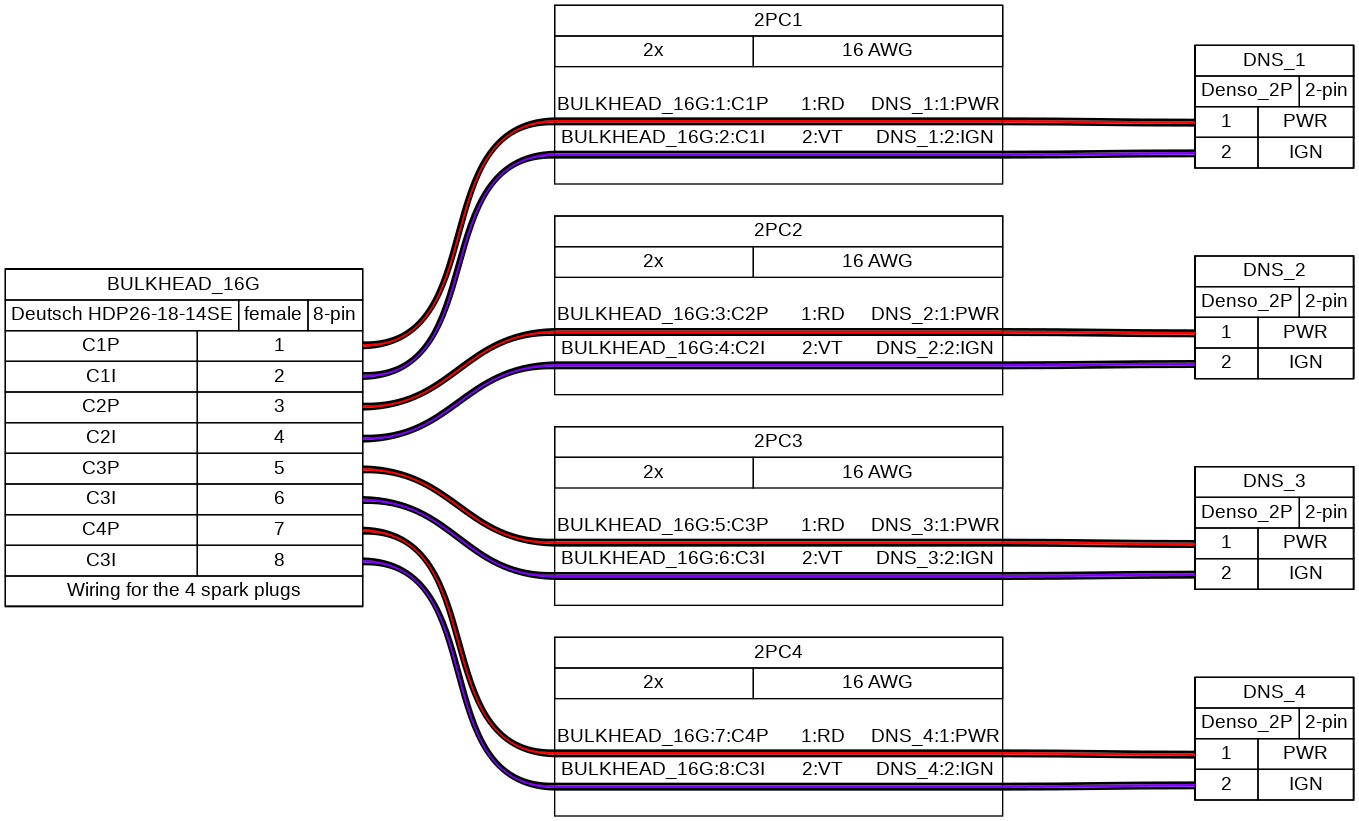
The Graphviz diagram wiring-env/Harness25/Back_Harness/BulkHeadB/BulkheadB_14p.png in BetterPetr/RM25_Harness, before a commit. Its source is kept beside it as wiring-env/Harness25/Back_Harness/BulkHeadB/BulkheadB_14p.gv. Its diagram source:
```dot
graph {
	graph [bgcolor="#FFFFFF" fontname=arial nodesep=0.33 rankdir=LR ranksep=2]
	node [fillcolor="#FFFFFF" fontname=arial height=0 margin=0 shape=none style=filled width=0]
	edge [fontname=arial style=bold]
	BULKHEAD_16G [label=<
<table border="0" cellspacing="0" cellpadding="0">
 <tr><td>
  <table border="0" cellspacing="0" cellpadding="3" cellborder="1"><tr>
   <td balign="left">BULKHEAD_16G</td>
  </tr></table>
 </td></tr>
 <tr><td>
  <table border="0" cellspacing="0" cellpadding="3" cellborder="1"><tr>
   <td balign="left">Deutsch HDP26-18-14SE</td>
   <td balign="left">female</td>
   <td balign="left">8-pin</td>
  </tr></table>
 </td></tr>
 <tr><td>
  <table border="0" cellspacing="0" cellpadding="3" cellborder="1">
   <tr>
    <td>C1P</td>
    <td port="p1r">1</td>
   </tr>
   <tr>
    <td>C1I</td>
    <td port="p2r">2</td>
   </tr>
   <tr>
    <td>C2P</td>
    <td port="p3r">3</td>
   </tr>
   <tr>
    <td>C2I</td>
    <td port="p4r">4</td>
   </tr>
   <tr>
    <td>C3P</td>
    <td port="p5r">5</td>
   </tr>
   <tr>
    <td>C3I</td>
    <td port="p6r">6</td>
   </tr>
   <tr>
    <td>C4P</td>
    <td port="p7r">7</td>
   </tr>
   <tr>
    <td>C3I</td>
    <td port="p8r">8</td>
   </tr>
  </table>
 </td></tr>
 <tr><td>
  <table border="0" cellspacing="0" cellpadding="3" cellborder="1"><tr>
   <td balign="left">Wiring for the 4 spark plugs</td>
  </tr></table>
 </td></tr>
</table>
> fillcolor="#FFFFFF" shape=box style=filled]
	DNS_1 [label=<
<table border="0" cellspacing="0" cellpadding="0">
 <tr><td>
  <table border="0" cellspacing="0" cellpadding="3" cellborder="1"><tr>
   <td balign="left">DNS_1</td>
  </tr></table>
 </td></tr>
 <tr><td>
  <table border="0" cellspacing="0" cellpadding="3" cellborder="1"><tr>
   <td balign="left">Denso_2P</td>
   <td balign="left">2-pin</td>
  </tr></table>
 </td></tr>
 <tr><td>
  <table border="0" cellspacing="0" cellpadding="3" cellborder="1">
   <tr>
    <td port="p1l">1</td>
    <td>PWR</td>
   </tr>
   <tr>
    <td port="p2l">2</td>
    <td>IGN</td>
   </tr>
  </table>
 </td></tr>
</table>
> fillcolor="#FFFFFF" shape=box style=filled]
	DNS_2 [label=<
<table border="0" cellspacing="0" cellpadding="0">
 <tr><td>
  <table border="0" cellspacing="0" cellpadding="3" cellborder="1"><tr>
   <td balign="left">DNS_2</td>
  </tr></table>
 </td></tr>
 <tr><td>
  <table border="0" cellspacing="0" cellpadding="3" cellborder="1"><tr>
   <td balign="left">Denso_2P</td>
   <td balign="left">2-pin</td>
  </tr></table>
 </td></tr>
 <tr><td>
  <table border="0" cellspacing="0" cellpadding="3" cellborder="1">
   <tr>
    <td port="p1l">1</td>
    <td>PWR</td>
   </tr>
   <tr>
    <td port="p2l">2</td>
    <td>IGN</td>
   </tr>
  </table>
 </td></tr>
</table>
> fillcolor="#FFFFFF" shape=box style=filled]
	DNS_3 [label=<
<table border="0" cellspacing="0" cellpadding="0">
 <tr><td>
  <table border="0" cellspacing="0" cellpadding="3" cellborder="1"><tr>
   <td balign="left">DNS_3</td>
  </tr></table>
 </td></tr>
 <tr><td>
  <table border="0" cellspacing="0" cellpadding="3" cellborder="1"><tr>
   <td balign="left">Denso_2P</td>
   <td balign="left">2-pin</td>
  </tr></table>
 </td></tr>
 <tr><td>
  <table border="0" cellspacing="0" cellpadding="3" cellborder="1">
   <tr>
    <td port="p1l">1</td>
    <td>PWR</td>
   </tr>
   <tr>
    <td port="p2l">2</td>
    <td>IGN</td>
   </tr>
  </table>
 </td></tr>
</table>
> fillcolor="#FFFFFF" shape=box style=filled]
	DNS_4 [label=<
<table border="0" cellspacing="0" cellpadding="0">
 <tr><td>
  <table border="0" cellspacing="0" cellpadding="3" cellborder="1"><tr>
   <td balign="left">DNS_4</td>
  </tr></table>
 </td></tr>
 <tr><td>
  <table border="0" cellspacing="0" cellpadding="3" cellborder="1"><tr>
   <td balign="left">Denso_2P</td>
   <td balign="left">2-pin</td>
  </tr></table>
 </td></tr>
 <tr><td>
  <table border="0" cellspacing="0" cellpadding="3" cellborder="1">
   <tr>
    <td port="p1l">1</td>
    <td>PWR</td>
   </tr>
   <tr>
    <td port="p2l">2</td>
    <td>IGN</td>
   </tr>
  </table>
 </td></tr>
</table>
> fillcolor="#FFFFFF" shape=box style=filled]
	edge [color="#000000:#ff0000:#000000"]
	BULKHEAD_16G:p1r:e -- "2PC1":w1:w
	"2PC1":w1:e -- DNS_1:p1l:w
	edge [color="#000000:#8000ff:#000000"]
	BULKHEAD_16G:p2r:e -- "2PC1":w2:w
	"2PC1":w2:e -- DNS_1:p2l:w
	"2PC1" [label=<
<table border="0" cellspacing="0" cellpadding="0">
 <tr><td>
  <table border="0" cellspacing="0" cellpadding="3" cellborder="1"><tr>
   <td balign="left">2PC1</td>
  </tr></table>
 </td></tr>
 <tr><td>
  <table border="0" cellspacing="0" cellpadding="3" cellborder="1"><tr>
   <td balign="left">2x</td>
   <td balign="left">16 AWG</td>
  </tr></table>
 </td></tr>
 <tr><td>
  <table border="0" cellspacing="0" cellborder="0">
   <tr><td>&nbsp;</td></tr>
   <tr>
    <td>BULKHEAD_16G:1:C1P</td>
    <td>
     1:RD
    </td>
    <td>DNS_1:1:PWR</td>
   </tr>
   <tr>
    <td colspan="3" border="0" cellspacing="0" cellpadding="0" port="w1" height="6">
     <table cellspacing="0" cellborder="0" border="0">
      <tr><td colspan="3" cellpadding="0" height="2" bgcolor="#000000" border="0"></td></tr>
      <tr><td colspan="3" cellpadding="0" height="2" bgcolor="#ff0000" border="0"></td></tr>
      <tr><td colspan="3" cellpadding="0" height="2" bgcolor="#000000" border="0"></td></tr>
     </table>
    </td>
   </tr>
   <tr>
    <td>BULKHEAD_16G:2:C1I</td>
    <td>
     2:VT
    </td>
    <td>DNS_1:2:IGN</td>
   </tr>
   <tr>
    <td colspan="3" border="0" cellspacing="0" cellpadding="0" port="w2" height="6">
     <table cellspacing="0" cellborder="0" border="0">
      <tr><td colspan="3" cellpadding="0" height="2" bgcolor="#000000" border="0"></td></tr>
      <tr><td colspan="3" cellpadding="0" height="2" bgcolor="#8000ff" border="0"></td></tr>
      <tr><td colspan="3" cellpadding="0" height="2" bgcolor="#000000" border="0"></td></tr>
     </table>
    </td>
   </tr>
   <tr><td>&nbsp;</td></tr>
  </table>
 </td></tr>
</table>
> fillcolor="#FFFFFF" shape=box style=filled]
	edge [color="#000000:#ff0000:#000000"]
	BULKHEAD_16G:p3r:e -- "2PC2":w1:w
	"2PC2":w1:e -- DNS_2:p1l:w
	edge [color="#000000:#8000ff:#000000"]
	BULKHEAD_16G:p4r:e -- "2PC2":w2:w
	"2PC2":w2:e -- DNS_2:p2l:w
	"2PC2" [label=<
<table border="0" cellspacing="0" cellpadding="0">
 <tr><td>
  <table border="0" cellspacing="0" cellpadding="3" cellborder="1"><tr>
   <td balign="left">2PC2</td>
  </tr></table>
 </td></tr>
 <tr><td>
  <table border="0" cellspacing="0" cellpadding="3" cellborder="1"><tr>
   <td balign="left">2x</td>
   <td balign="left">16 AWG</td>
  </tr></table>
 </td></tr>
 <tr><td>
  <table border="0" cellspacing="0" cellborder="0">
   <tr><td>&nbsp;</td></tr>
   <tr>
    <td>BULKHEAD_16G:3:C2P</td>
    <td>
     1:RD
    </td>
    <td>DNS_2:1:PWR</td>
   </tr>
   <tr>
    <td colspan="3" border="0" cellspacing="0" cellpadding="0" port="w1" height="6">
     <table cellspacing="0" cellborder="0" border="0">
      <tr><td colspan="3" cellpadding="0" height="2" bgcolor="#000000" border="0"></td></tr>
      <tr><td colspan="3" cellpadding="0" height="2" bgcolor="#ff0000" border="0"></td></tr>
      <tr><td colspan="3" cellpadding="0" height="2" bgcolor="#000000" border="0"></td></tr>
     </table>
    </td>
   </tr>
   <tr>
    <td>BULKHEAD_16G:4:C2I</td>
    <td>
     2:VT
    </td>
    <td>DNS_2:2:IGN</td>
   </tr>
   <tr>
    <td colspan="3" border="0" cellspacing="0" cellpadding="0" port="w2" height="6">
     <table cellspacing="0" cellborder="0" border="0">
      <tr><td colspan="3" cellpadding="0" height="2" bgcolor="#000000" border="0"></td></tr>
      <tr><td colspan="3" cellpadding="0" height="2" bgcolor="#8000ff" border="0"></td></tr>
      <tr><td colspan="3" cellpadding="0" height="2" bgcolor="#000000" border="0"></td></tr>
     </table>
    </td>
   </tr>
   <tr><td>&nbsp;</td></tr>
  </table>
 </td></tr>
</table>
> fillcolor="#FFFFFF" shape=box style=filled]
	edge [color="#000000:#ff0000:#000000"]
	BULKHEAD_16G:p5r:e -- "2PC3":w1:w
	"2PC3":w1:e -- DNS_3:p1l:w
	edge [color="#000000:#8000ff:#000000"]
	BULKHEAD_16G:p6r:e -- "2PC3":w2:w
	"2PC3":w2:e -- DNS_3:p2l:w
	"2PC3" [label=<
<table border="0" cellspacing="0" cellpadding="0">
 <tr><td>
  <table border="0" cellspacing="0" cellpadding="3" cellborder="1"><tr>
   <td balign="left">2PC3</td>
  </tr></table>
 </td></tr>
 <tr><td>
  <table border="0" cellspacing="0" cellpadding="3" cellborder="1"><tr>
   <td balign="left">2x</td>
   <td balign="left">16 AWG</td>
  </tr></table>
 </td></tr>
 <tr><td>
  <table border="0" cellspacing="0" cellborder="0">
   <tr><td>&nbsp;</td></tr>
   <tr>
    <td>BULKHEAD_16G:5:C3P</td>
    <td>
     1:RD
    </td>
    <td>DNS_3:1:PWR</td>
   </tr>
   <tr>
    <td colspan="3" border="0" cellspacing="0" cellpadding="0" port="w1" height="6">
     <table cellspacing="0" cellborder="0" border="0">
      <tr><td colspan="3" cellpadding="0" height="2" bgcolor="#000000" border="0"></td></tr>
      <tr><td colspan="3" cellpadding="0" height="2" bgcolor="#ff0000" border="0"></td></tr>
      <tr><td colspan="3" cellpadding="0" height="2" bgcolor="#000000" border="0"></td></tr>
     </table>
    </td>
   </tr>
   <tr>
    <td>BULKHEAD_16G:6:C3I</td>
    <td>
     2:VT
    </td>
    <td>DNS_3:2:IGN</td>
   </tr>
   <tr>
    <td colspan="3" border="0" cellspacing="0" cellpadding="0" port="w2" height="6">
     <table cellspacing="0" cellborder="0" border="0">
      <tr><td colspan="3" cellpadding="0" height="2" bgcolor="#000000" border="0"></td></tr>
      <tr><td colspan="3" cellpadding="0" height="2" bgcolor="#8000ff" border="0"></td></tr>
      <tr><td colspan="3" cellpadding="0" height="2" bgcolor="#000000" border="0"></td></tr>
     </table>
    </td>
   </tr>
   <tr><td>&nbsp;</td></tr>
  </table>
 </td></tr>
</table>
> fillcolor="#FFFFFF" shape=box style=filled]
	edge [color="#000000:#ff0000:#000000"]
	BULKHEAD_16G:p7r:e -- "2PC4":w1:w
	"2PC4":w1:e -- DNS_4:p1l:w
	edge [color="#000000:#8000ff:#000000"]
	BULKHEAD_16G:p8r:e -- "2PC4":w2:w
	"2PC4":w2:e -- DNS_4:p2l:w
	"2PC4" [label=<
<table border="0" cellspacing="0" cellpadding="0">
 <tr><td>
  <table border="0" cellspacing="0" cellpadding="3" cellborder="1"><tr>
   <td balign="left">2PC4</td>
  </tr></table>
 </td></tr>
 <tr><td>
  <table border="0" cellspacing="0" cellpadding="3" cellborder="1"><tr>
   <td balign="left">2x</td>
   <td balign="left">16 AWG</td>
  </tr></table>
 </td></tr>
 <tr><td>
  <table border="0" cellspacing="0" cellborder="0">
   <tr><td>&nbsp;</td></tr>
   <tr>
    <td>BULKHEAD_16G:7:C4P</td>
    <td>
     1:RD
    </td>
    <td>DNS_4:1:PWR</td>
   </tr>
   <tr>
    <td colspan="3" border="0" cellspacing="0" cellpadding="0" port="w1" height="6">
     <table cellspacing="0" cellborder="0" border="0">
      <tr><td colspan="3" cellpadding="0" height="2" bgcolor="#000000" border="0"></td></tr>
      <tr><td colspan="3" cellpadding="0" height="2" bgcolor="#ff0000" border="0"></td></tr>
      <tr><td colspan="3" cellpadding="0" height="2" bgcolor="#000000" border="0"></td></tr>
     </table>
    </td>
   </tr>
   <tr>
    <td>BULKHEAD_16G:8:C3I</td>
    <td>
     2:VT
    </td>
    <td>DNS_4:2:IGN</td>
   </tr>
   <tr>
    <td colspan="3" border="0" cellspacing="0" cellpadding="0" port="w2" height="6">
     <table cellspacing="0" cellborder="0" border="0">
      <tr><td colspan="3" cellpadding="0" height="2" bgcolor="#000000" border="0"></td></tr>
      <tr><td colspan="3" cellpadding="0" height="2" bgcolor="#8000ff" border="0"></td></tr>
      <tr><td colspan="3" cellpadding="0" height="2" bgcolor="#000000" border="0"></td></tr>
     </table>
    </td>
   </tr>
   <tr><td>&nbsp;</td></tr>
  </table>
 </td></tr>
</table>
> fillcolor="#FFFFFF" shape=box style=filled]
}
```
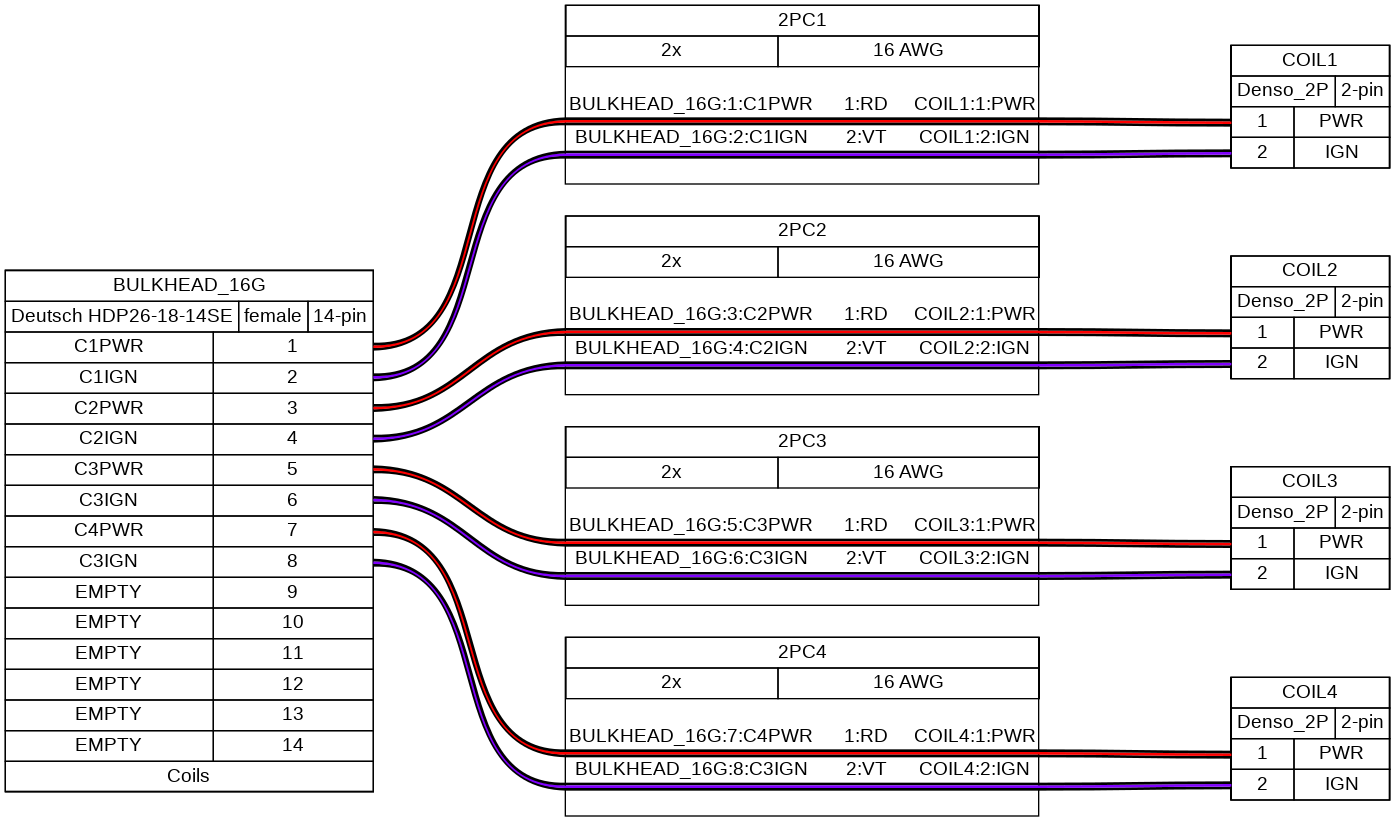
The same diagram one commit later.

Diff of the diagram source:
```diff
@@ -13,57 +13,81 @@
   <table border="0" cellspacing="0" cellpadding="3" cellborder="1"><tr>
    <td balign="left">Deutsch HDP26-18-14SE</td>
    <td balign="left">female</td>
-   <td balign="left">8-pin</td>
+   <td balign="left">14-pin</td>
   </tr></table>
  </td></tr>
  <tr><td>
   <table border="0" cellspacing="0" cellpadding="3" cellborder="1">
    <tr>
-    <td>C1P</td>
+    <td>C1PWR</td>
     <td port="p1r">1</td>
    </tr>
    <tr>
-    <td>C1I</td>
+    <td>C1IGN</td>
     <td port="p2r">2</td>
    </tr>
    <tr>
-    <td>C2P</td>
+    <td>C2PWR</td>
     <td port="p3r">3</td>
    </tr>
    <tr>
-    <td>C2I</td>
+    <td>C2IGN</td>
     <td port="p4r">4</td>
    </tr>
    <tr>
-    <td>C3P</td>
+    <td>C3PWR</td>
     <td port="p5r">5</td>
    </tr>
    <tr>
-    <td>C3I</td>
+    <td>C3IGN</td>
     <td port="p6r">6</td>
    </tr>
    <tr>
-    <td>C4P</td>
+    <td>C4PWR</td>
     <td port="p7r">7</td>
    </tr>
    <tr>
-    <td>C3I</td>
+    <td>C3IGN</td>
     <td port="p8r">8</td>
+   </tr>
+   <tr>
+    <td>EMPTY</td>
+    <td port="p9r">9</td>
+   </tr>
+   <tr>
+    <td>EMPTY</td>
+    <td port="p10r">10</td>
+   </tr>
+   <tr>
+    <td>EMPTY</td>
+    <td port="p11r">11</td>
+   </tr>
+   <tr>
+    <td>EMPTY</td>
+    <td port="p12r">12</td>
+   </tr>
+   <tr>
+    <td>EMPTY</td>
+    <td port="p13r">13</td>
+   </tr>
+   <tr>
+    <td>EMPTY</td>
+    <td port="p14r">14</td>
    </tr>
   </table>
  </td></tr>
  <tr><td>
   <table border="0" cellspacing="0" cellpadding="3" cellborder="1"><tr>
-   <td balign="left">Wiring for the 4 spark plugs</td>
+   <td balign="left">Coils</td>
   </tr></table>
  </td></tr>
 </table>
 > fillcolor="#FFFFFF" shape=box style=filled]
-	DNS_1 [label=<
+	COIL1 [label=<
 <table border="0" cellspacing="0" cellpadding="0">
  <tr><td>
   <table border="0" cellspacing="0" cellpadding="3" cellborder="1"><tr>
-   <td balign="left">DNS_1</td>
+   <td balign="left">COIL1</td>
   </tr></table>
  </td></tr>
  <tr><td>
@@ -86,11 +110,11 @@
  </td></tr>
 </table>
 > fillcolor="#FFFFFF" shape=box style=filled]
-	DNS_2 [label=<
+	COIL2 [label=<
 <table border="0" cellspacing="0" cellpadding="0">
  <tr><td>
   <table border="0" cellspacing="0" cellpadding="3" cellborder="1"><tr>
-   <td balign="left">DNS_2</td>
+   <td balign="left">COIL2</td>
   </tr></table>
  </td></tr>
  <tr><td>
@@ -113,11 +137,11 @@
  </td></tr>
 </table>
 > fillcolor="#FFFFFF" shape=box style=filled]
-	DNS_3 [label=<
+	COIL3 [label=<
 <table border="0" cellspacing="0" cellpadding="0">
  <tr><td>
   <table border="0" cellspacing="0" cellpadding="3" cellborder="1"><tr>
-   <td balign="left">DNS_3</td>
+   <td balign="left">COIL3</td>
   </tr></table>
  </td></tr>
  <tr><td>
@@ -140,11 +164,11 @@
  </td></tr>
 </table>
 > fillcolor="#FFFFFF" shape=box style=filled]
-	DNS_4 [label=<
+	COIL4 [label=<
 <table border="0" cellspacing="0" cellpadding="0">
  <tr><td>
   <table border="0" cellspacing="0" cellpadding="3" cellborder="1"><tr>
-   <td balign="left">DNS_4</td>
+   <td balign="left">COIL4</td>
   </tr></table>
  </td></tr>
  <tr><td>
@@ -169,10 +193,10 @@
 > fillcolor="#FFFFFF" shape=box style=filled]
 	edge [color="#000000:#ff0000:#000000"]
 	BULKHEAD_16G:p1r:e -- "2PC1":w1:w
-	"2PC1":w1:e -- DNS_1:p1l:w
+	"2PC1":w1:e -- COIL1:p1l:w
 	edge [color="#000000:#8000ff:#000000"]
 	BULKHEAD_16G:p2r:e -- "2PC1":w2:w
-	"2PC1":w2:e -- DNS_1:p2l:w
+	"2PC1":w2:e -- COIL1:p2l:w
 	"2PC1" [label=<
 <table border="0" cellspacing="0" cellpadding="0">
  <tr><td>
@@ -190,11 +214,11 @@
   <table border="0" cellspacing="0" cellborder="0">
    <tr><td>&nbsp;</td></tr>
    <tr>
-    <td>BULKHEAD_16G:1:C1P</td>
+    <td>BULKHEAD_16G:1:C1PWR</td>
     <td>
      1:RD
     </td>
-    <td>DNS_1:1:PWR</td>
+    <td>COIL1:1:PWR</td>
    </tr>
    <tr>
     <td colspan="3" border="0" cellspacing="0" cellpadding="0" port="w1" height="6">
@@ -206,11 +230,11 @@
     </td>
    </tr>
    <tr>
-    <td>BULKHEAD_16G:2:C1I</td>
+    <td>BULKHEAD_16G:2:C1IGN</td>
     <td>
      2:VT
     </td>
-    <td>DNS_1:2:IGN</td>
+    <td>COIL1:2:IGN</td>
    </tr>
    <tr>
     <td colspan="3" border="0" cellspacing="0" cellpadding="0" port="w2" height="6">
@@ -228,10 +252,10 @@
 > fillcolor="#FFFFFF" shape=box style=filled]
 	edge [color="#000000:#ff0000:#000000"]
 	BULKHEAD_16G:p3r:e -- "2PC2":w1:w
-	"2PC2":w1:e -- DNS_2:p1l:w
+	"2PC2":w1:e -- COIL2:p1l:w
 	edge [color="#000000:#8000ff:#000000"]
 	BULKHEAD_16G:p4r:e -- "2PC2":w2:w
-	"2PC2":w2:e -- DNS_2:p2l:w
+	"2PC2":w2:e -- COIL2:p2l:w
 	"2PC2" [label=<
 <table border="0" cellspacing="0" cellpadding="0">
  <tr><td>
@@ -249,11 +273,11 @@
   <table border="0" cellspacing="0" cellborder="0">
    <tr><td>&nbsp;</td></tr>
    <tr>
-    <td>BULKHEAD_16G:3:C2P</td>
+    <td>BULKHEAD_16G:3:C2PWR</td>
     <td>
      1:RD
     </td>
-    <td>DNS_2:1:PWR</td>
+    <td>COIL2:1:PWR</td>
    </tr>
    <tr>
     <td colspan="3" border="0" cellspacing="0" cellpadding="0" port="w1" height="6">
@@ -265,11 +289,11 @@
     </td>
    </tr>
    <tr>
-    <td>BULKHEAD_16G:4:C2I</td>
+    <td>BULKHEAD_16G:4:C2IGN</td>
     <td>
      2:VT
     </td>
-    <td>DNS_2:2:IGN</td>
+    <td>COIL2:2:IGN</td>
    </tr>
    <tr>
     <td colspan="3" border="0" cellspacing="0" cellpadding="0" port="w2" height="6">
@@ -287,10 +311,10 @@
 > fillcolor="#FFFFFF" shape=box style=filled]
 	edge [color="#000000:#ff0000:#000000"]
 	BULKHEAD_16G:p5r:e -- "2PC3":w1:w
-	"2PC3":w1:e -- DNS_3:p1l:w
+	"2PC3":w1:e -- COIL3:p1l:w
 	edge [color="#000000:#8000ff:#000000"]
 	BULKHEAD_16G:p6r:e -- "2PC3":w2:w
-	"2PC3":w2:e -- DNS_3:p2l:w
+	"2PC3":w2:e -- COIL3:p2l:w
 	"2PC3" [label=<
 <table border="0" cellspacing="0" cellpadding="0">
  <tr><td>
@@ -308,11 +332,11 @@
   <table border="0" cellspacing="0" cellborder="0">
    <tr><td>&nbsp;</td></tr>
    <tr>
-    <td>BULKHEAD_16G:5:C3P</td>
+    <td>BULKHEAD_16G:5:C3PWR</td>
     <td>
      1:RD
     </td>
-    <td>DNS_3:1:PWR</td>
+    <td>COIL3:1:PWR</td>
    </tr>
    <tr>
     <td colspan="3" border="0" cellspacing="0" cellpadding="0" port="w1" height="6">
@@ -324,11 +348,11 @@
     </td>
    </tr>
    <tr>
-    <td>BULKHEAD_16G:6:C3I</td>
+    <td>BULKHEAD_16G:6:C3IGN</td>
     <td>
      2:VT
     </td>
-    <td>DNS_3:2:IGN</td>
+    <td>COIL3:2:IGN</td>
    </tr>
    <tr>
     <td colspan="3" border="0" cellspacing="0" cellpadding="0" port="w2" height="6">
@@ -346,10 +370,10 @@
 > fillcolor="#FFFFFF" shape=box style=filled]
 	edge [color="#000000:#ff0000:#000000"]
 	BULKHEAD_16G:p7r:e -- "2PC4":w1:w
-	"2PC4":w1:e -- DNS_4:p1l:w
+	"2PC4":w1:e -- COIL4:p1l:w
 	edge [color="#000000:#8000ff:#000000"]
 	BULKHEAD_16G:p8r:e -- "2PC4":w2:w
-	"2PC4":w2:e -- DNS_4:p2l:w
+	"2PC4":w2:e -- COIL4:p2l:w
 	"2PC4" [label=<
 <table border="0" cellspacing="0" cellpadding="0">
  <tr><td>
@@ -367,11 +391,11 @@
   <table border="0" cellspacing="0" cellborder="0">
    <tr><td>&nbsp;</td></tr>
    <tr>
-    <td>BULKHEAD_16G:7:C4P</td>
+    <td>BULKHEAD_16G:7:C4PWR</td>
     <td>
      1:RD
     </td>
-    <td>DNS_4:1:PWR</td>
+    <td>COIL4:1:PWR</td>
    </tr>
    <tr>
     <td colspan="3" border="0" cellspacing="0" cellpadding="0" port="w1" height="6">
@@ -383,11 +407,11 @@
     </td>
    </tr>
    <tr>
-    <td>BULKHEAD_16G:8:C3I</td>
+    <td>BULKHEAD_16G:8:C3IGN</td>
     <td>
      2:VT
     </td>
-    <td>DNS_4:2:IGN</td>
+    <td>COIL4:2:IGN</td>
    </tr>
    <tr>
     <td colspan="3" border="0" cellspacing="0" cellpadding="0" port="w2" height="6">
```
